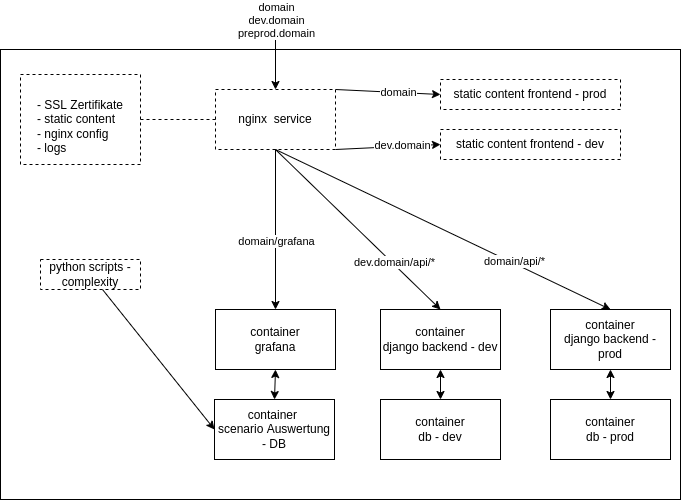
This is docs/devops/hld.drawio.png from fra-uas-project/softDsim, a draw.io export, as it was before one commit. Source tidied: cells renumbered, new cells last; positions are measured from the earlier drawing's top-left corner, leaving out a move shared by most shapes. Source of this version:
```xml
<mxGraphModel>
  <root>
    <mxCell id="0" />
    <mxCell id="1" parent="0" />
    <mxCell id="2" style="rounded=0;whiteSpace=wrap;html=1;align=left;verticalAlign=top;" parent="1" vertex="1">
      <mxGeometry y="40" width="680" height="450" as="geometry" />
    </mxCell>
    <mxCell id="3" style="edgeStyle=none;html=1;exitX=1;exitY=1;exitDx=0;exitDy=0;entryX=0;entryY=0.5;entryDx=0;entryDy=0;" parent="1" edge="1" source="7" target="10">
      <mxGeometry relative="1" as="geometry" />
    </mxCell>
    <mxCell id="4" value="dev.domain" style="edgeLabel;html=1;align=center;verticalAlign=middle;" parent="3" vertex="1">
      <mxGeometry x="0.28" y="1" relative="1" as="geometry" />
    </mxCell>
    <mxCell id="5" style="edgeStyle=none;html=1;exitX=1;exitY=0;exitDx=0;exitDy=0;entryX=0;entryY=0.5;entryDx=0;entryDy=0;" parent="1" edge="1" source="7" target="11">
      <mxGeometry relative="1" as="geometry" />
    </mxCell>
    <mxCell id="6" value="domain" style="edgeLabel;html=1;align=center;verticalAlign=middle;" parent="5" vertex="1">
      <mxGeometry x="0.19" y="1" relative="1" as="geometry">
        <mxPoint y="1" as="offset" />
      </mxGeometry>
    </mxCell>
    <mxCell id="7" value="&lt;span style=&quot;text-align: left&quot;&gt;nginx&amp;nbsp; service&lt;/span&gt;" style="rounded=0;whiteSpace=wrap;html=1;dashed=1;" parent="1" vertex="1">
      <mxGeometry x="215" y="80" width="120" height="60" as="geometry" />
    </mxCell>
    <mxCell id="8" style="endArrow=classic;html=1;entryX=0.5;entryY=0;entryDx=0;entryDy=0;" parent="1" edge="1" target="7">
      <mxGeometry relative="1" as="geometry">
        <mxPoint x="275" as="sourcePoint" />
      </mxGeometry>
    </mxCell>
    <mxCell id="9" value="domain&lt;br&gt;dev.domain&lt;br&gt;preprod.domain" style="edgeLabel;html=1;align=center;verticalAlign=middle;" parent="8" vertex="1">
      <mxGeometry x="-0.37" y="4" relative="1" as="geometry">
        <mxPoint x="-4" y="-15" as="offset" />
      </mxGeometry>
    </mxCell>
    <mxCell id="10" value="static content frontend - dev" style="rounded=0;whiteSpace=wrap;html=1;dashed=1;" parent="1" vertex="1">
      <mxGeometry x="440" y="120" width="180" height="30" as="geometry" />
    </mxCell>
    <mxCell id="11" value="static content frontend&amp;nbsp;- prod" style="rounded=0;whiteSpace=wrap;html=1;dashed=1;" parent="1" vertex="1">
      <mxGeometry x="440" y="70" width="180" height="30" as="geometry" />
    </mxCell>
    <mxCell id="12" value="container&lt;br&gt;db - dev" style="rounded=0;whiteSpace=wrap;html=1;" parent="1" vertex="1">
      <mxGeometry x="380" y="390" width="120" height="60" as="geometry" />
    </mxCell>
    <mxCell id="13" value="container&lt;br&gt;db - prod" style="rounded=0;whiteSpace=wrap;html=1;" parent="1" vertex="1">
      <mxGeometry x="550" y="390" width="120" height="60" as="geometry" />
    </mxCell>
    <mxCell id="14" style="endArrow=classic;startArrow=classic;html=1;exitX=0.5;exitY=0;exitDx=0;exitDy=0;entryX=0.5;entryY=1;entryDx=0;entryDy=0;" parent="1" edge="1" source="12" target="15">
      <mxGeometry relative="1" as="geometry" />
    </mxCell>
    <mxCell id="15" value="container&lt;br&gt;django backend - dev" style="rounded=0;whiteSpace=wrap;html=1;" parent="1" vertex="1">
      <mxGeometry x="380" y="300" width="120" height="60" as="geometry" />
    </mxCell>
    <mxCell id="16" value="container&lt;br&gt;django backend - prod" style="rounded=0;whiteSpace=wrap;html=1;" parent="1" vertex="1">
      <mxGeometry x="550" y="300" width="120" height="60" as="geometry" />
    </mxCell>
    <mxCell id="17" style="endArrow=classic;startArrow=classic;html=1;entryX=0.5;entryY=1;entryDx=0;entryDy=0;" parent="1" edge="1" source="13" target="16">
      <mxGeometry relative="1" as="geometry" />
    </mxCell>
    <mxCell id="18" style="edgeStyle=none;html=1;endArrow=none;endFill=0;dashed=1;" parent="1" edge="1" source="19" target="7">
      <mxGeometry relative="1" as="geometry" />
    </mxCell>
    <mxCell id="19" value="&lt;br&gt;- SSL Zertifikate&lt;br&gt;&lt;div style=&quot;text-align: left&quot;&gt;&lt;span&gt;- static content&lt;/span&gt;&lt;/div&gt;&lt;div style=&quot;text-align: left&quot;&gt;&lt;span&gt;- nginx config&lt;/span&gt;&lt;/div&gt;&lt;div style=&quot;text-align: left&quot;&gt;&lt;span&gt;- logs&lt;/span&gt;&lt;/div&gt;" style="rounded=0;whiteSpace=wrap;html=1;dashed=1;strokeColor=default;" parent="1" vertex="1">
      <mxGeometry x="20" y="65" width="120" height="90" as="geometry" />
    </mxCell>
    <mxCell id="20" style="endArrow=classic;html=1;exitX=0.5;exitY=1;exitDx=0;exitDy=0;entryX=0.5;entryY=0;entryDx=0;entryDy=0;" parent="1" edge="1" source="7" target="15">
      <mxGeometry relative="1" as="geometry" />
    </mxCell>
    <mxCell id="21" value="dev.domain/api/*" style="edgeLabel;html=1;align=center;verticalAlign=middle;" parent="20" vertex="1">
      <mxGeometry x="0.41" y="2" relative="1" as="geometry" />
    </mxCell>
    <mxCell id="22" value="container &lt;br&gt;scenario Auswertung - DB" style="rounded=0;whiteSpace=wrap;html=1;" parent="1" vertex="1">
      <mxGeometry x="214" y="390" width="120" height="60" as="geometry" />
    </mxCell>
    <mxCell id="23" style="edgeStyle=none;html=1;entryX=0;entryY=0.5;entryDx=0;entryDy=0;" parent="1" edge="1" source="24" target="22">
      <mxGeometry relative="1" as="geometry" />
    </mxCell>
    <mxCell id="24" value="python scripts - complexity" style="text;html=1;strokeColor=default;fillColor=none;align=center;verticalAlign=middle;whiteSpace=wrap;rounded=0;dashed=1;" parent="1" vertex="1">
      <mxGeometry x="40" y="250" width="100" height="30" as="geometry" />
    </mxCell>
    <mxCell id="25" style="endArrow=classic;html=1;exitX=0.5;exitY=1;exitDx=0;exitDy=0;entryX=0.5;entryY=0;entryDx=0;entryDy=0;" parent="1" edge="1" source="7" target="16">
      <mxGeometry relative="1" as="geometry" />
    </mxCell>
    <mxCell id="26" value="domain/api/*" style="edgeLabel;html=1;align=center;verticalAlign=middle;" parent="25" vertex="1">
      <mxGeometry x="0.41" y="2" relative="1" as="geometry" />
    </mxCell>
    <mxCell id="27" value="container&lt;br&gt;grafana" style="rounded=0;whiteSpace=wrap;html=1;" parent="1" vertex="1">
      <mxGeometry x="215" y="300" width="120" height="60" as="geometry" />
    </mxCell>
    <mxCell id="28" style="edgeStyle=none;html=1;entryX=0.5;entryY=0;entryDx=0;entryDy=0;exitX=0.5;exitY=1;exitDx=0;exitDy=0;" parent="1" edge="1" source="7" target="27">
      <mxGeometry relative="1" as="geometry" />
    </mxCell>
    <mxCell id="29" value="domain/grafana" style="edgeLabel;html=1;align=center;verticalAlign=middle;" parent="28" vertex="1">
      <mxGeometry x="0.14" relative="1" as="geometry" />
    </mxCell>
    <mxCell id="30" style="endArrow=classic;startArrow=classic;html=1;exitX=0.5;exitY=0;exitDx=0;exitDy=0;entryX=0.5;entryY=1;entryDx=0;entryDy=0;" parent="1" edge="1" source="22" target="27">
      <mxGeometry relative="1" as="geometry" />
    </mxCell>
  </root>
</mxGraphModel>
```
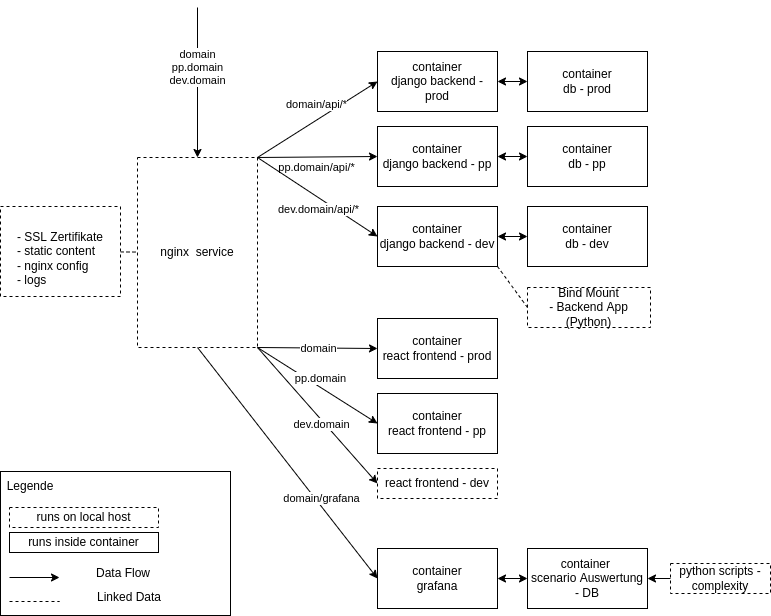
After the change.

Change to the diagram source:
```diff
@@ -2,98 +2,167 @@
   <root>
     <mxCell id="0" />
     <mxCell id="1" parent="0" />
-    <mxCell id="2" style="rounded=0;whiteSpace=wrap;html=1;align=left;verticalAlign=top;" parent="1" vertex="1">
-      <mxGeometry y="40" width="680" height="450" as="geometry" />
-    </mxCell>
     <mxCell id="3" style="edgeStyle=none;html=1;exitX=1;exitY=1;exitDx=0;exitDy=0;entryX=0;entryY=0.5;entryDx=0;entryDy=0;" parent="1" edge="1" source="7" target="10">
       <mxGeometry relative="1" as="geometry" />
     </mxCell>
     <mxCell id="4" value="dev.domain" style="edgeLabel;html=1;align=center;verticalAlign=middle;" parent="3" vertex="1">
-      <mxGeometry x="0.28" y="1" relative="1" as="geometry" />
+      <mxGeometry x="0.28" y="1" relative="1" as="geometry">
+        <mxPoint x="-14" y="-10" as="offset" />
+      </mxGeometry>
     </mxCell>
-    <mxCell id="5" style="edgeStyle=none;html=1;exitX=1;exitY=0;exitDx=0;exitDy=0;entryX=0;entryY=0.5;entryDx=0;entryDy=0;" parent="1" edge="1" source="7" target="11">
-      <mxGeometry relative="1" as="geometry" />
-    </mxCell>
-    <mxCell id="6" value="domain" style="edgeLabel;html=1;align=center;verticalAlign=middle;" parent="5" vertex="1">
-      <mxGeometry x="0.19" y="1" relative="1" as="geometry">
-        <mxPoint y="1" as="offset" />
-      </mxGeometry>
-    </mxCell>
     <mxCell id="7" value="&lt;span style=&quot;text-align: left&quot;&gt;nginx&amp;nbsp; service&lt;/span&gt;" style="rounded=0;whiteSpace=wrap;html=1;dashed=1;" parent="1" vertex="1">
-      <mxGeometry x="215" y="80" width="120" height="60" as="geometry" />
+      <mxGeometry x="97" y="190" width="120" height="190" as="geometry" />
     </mxCell>
     <mxCell id="8" style="endArrow=classic;html=1;entryX=0.5;entryY=0;entryDx=0;entryDy=0;" parent="1" edge="1" target="7">
       <mxGeometry relative="1" as="geometry">
-        <mxPoint x="275" as="sourcePoint" />
+        <mxPoint x="157" y="40" as="sourcePoint" />
       </mxGeometry>
     </mxCell>
-    <mxCell id="9" value="domain&lt;br&gt;dev.domain&lt;br&gt;preprod.domain" style="edgeLabel;html=1;align=center;verticalAlign=middle;" parent="8" vertex="1">
+    <mxCell id="9" value="domain&lt;br&gt;pp.domain&lt;br&gt;dev.domain" style="edgeLabel;html=1;align=center;verticalAlign=middle;" parent="8" vertex="1">
       <mxGeometry x="-0.37" y="4" relative="1" as="geometry">
-        <mxPoint x="-4" y="-15" as="offset" />
+        <mxPoint x="-5" y="12" as="offset" />
       </mxGeometry>
     </mxCell>
-    <mxCell id="10" value="static content frontend - dev" style="rounded=0;whiteSpace=wrap;html=1;dashed=1;" parent="1" vertex="1">
-      <mxGeometry x="440" y="120" width="180" height="30" as="geometry" />
+    <mxCell id="10" value="react frontend - dev" style="rounded=0;whiteSpace=wrap;html=1;dashed=1;" parent="1" vertex="1">
+      <mxGeometry x="337" y="501" width="120" height="30" as="geometry" />
     </mxCell>
-    <mxCell id="11" value="static content frontend&amp;nbsp;- prod" style="rounded=0;whiteSpace=wrap;html=1;dashed=1;" parent="1" vertex="1">
-      <mxGeometry x="440" y="70" width="180" height="30" as="geometry" />
-    </mxCell>
-    <mxCell id="12" value="container&lt;br&gt;db - dev" style="rounded=0;whiteSpace=wrap;html=1;" parent="1" vertex="1">
-      <mxGeometry x="380" y="390" width="120" height="60" as="geometry" />
+    <mxCell id="12" value="container&lt;br&gt;db - pp" style="rounded=0;whiteSpace=wrap;html=1;" parent="1" vertex="1">
+      <mxGeometry x="487" y="159" width="120" height="60" as="geometry" />
     </mxCell>
     <mxCell id="13" value="container&lt;br&gt;db - prod" style="rounded=0;whiteSpace=wrap;html=1;" parent="1" vertex="1">
-      <mxGeometry x="550" y="390" width="120" height="60" as="geometry" />
+      <mxGeometry x="487" y="84" width="120" height="60" as="geometry" />
     </mxCell>
-    <mxCell id="14" style="endArrow=classic;startArrow=classic;html=1;exitX=0.5;exitY=0;exitDx=0;exitDy=0;entryX=0.5;entryY=1;entryDx=0;entryDy=0;" parent="1" edge="1" source="12" target="15">
+    <mxCell id="14" style="endArrow=classic;startArrow=classic;html=1;exitX=0;exitY=0.5;exitDx=0;exitDy=0;entryX=1;entryY=0.5;entryDx=0;entryDy=0;" parent="1" edge="1" source="12" target="15">
       <mxGeometry relative="1" as="geometry" />
     </mxCell>
-    <mxCell id="15" value="container&lt;br&gt;django backend - dev" style="rounded=0;whiteSpace=wrap;html=1;" parent="1" vertex="1">
-      <mxGeometry x="380" y="300" width="120" height="60" as="geometry" />
+    <mxCell id="15" value="container&lt;br&gt;django backend - pp" style="rounded=0;whiteSpace=wrap;html=1;" parent="1" vertex="1">
+      <mxGeometry x="337" y="159" width="120" height="60" as="geometry" />
     </mxCell>
     <mxCell id="16" value="container&lt;br&gt;django backend - prod" style="rounded=0;whiteSpace=wrap;html=1;" parent="1" vertex="1">
-      <mxGeometry x="550" y="300" width="120" height="60" as="geometry" />
+      <mxGeometry x="337" y="84" width="120" height="60" as="geometry" />
     </mxCell>
-    <mxCell id="17" style="endArrow=classic;startArrow=classic;html=1;entryX=0.5;entryY=1;entryDx=0;entryDy=0;" parent="1" edge="1" source="13" target="16">
+    <mxCell id="17" style="endArrow=classic;startArrow=classic;html=1;entryX=1;entryY=0.5;entryDx=0;entryDy=0;" parent="1" edge="1" source="13" target="16">
       <mxGeometry relative="1" as="geometry" />
     </mxCell>
     <mxCell id="18" style="edgeStyle=none;html=1;endArrow=none;endFill=0;dashed=1;" parent="1" edge="1" source="19" target="7">
       <mxGeometry relative="1" as="geometry" />
     </mxCell>
     <mxCell id="19" value="&lt;br&gt;- SSL Zertifikate&lt;br&gt;&lt;div style=&quot;text-align: left&quot;&gt;&lt;span&gt;- static content&lt;/span&gt;&lt;/div&gt;&lt;div style=&quot;text-align: left&quot;&gt;&lt;span&gt;- nginx config&lt;/span&gt;&lt;/div&gt;&lt;div style=&quot;text-align: left&quot;&gt;&lt;span&gt;- logs&lt;/span&gt;&lt;/div&gt;" style="rounded=0;whiteSpace=wrap;html=1;dashed=1;strokeColor=default;" parent="1" vertex="1">
-      <mxGeometry x="20" y="65" width="120" height="90" as="geometry" />
+      <mxGeometry x="-40" y="239" width="120" height="90" as="geometry" />
     </mxCell>
-    <mxCell id="20" style="endArrow=classic;html=1;exitX=0.5;exitY=1;exitDx=0;exitDy=0;entryX=0.5;entryY=0;entryDx=0;entryDy=0;" parent="1" edge="1" source="7" target="15">
+    <mxCell id="20" style="endArrow=classic;html=1;exitX=1;exitY=0;exitDx=0;exitDy=0;entryX=0;entryY=0.5;entryDx=0;entryDy=0;" parent="1" edge="1" source="7" target="15">
       <mxGeometry relative="1" as="geometry" />
     </mxCell>
-    <mxCell id="21" value="dev.domain/api/*" style="edgeLabel;html=1;align=center;verticalAlign=middle;" parent="20" vertex="1">
-      <mxGeometry x="0.41" y="2" relative="1" as="geometry" />
+    <mxCell id="21" value="pp.domain/api/*" style="edgeLabel;html=1;align=center;verticalAlign=middle;" parent="20" vertex="1">
+      <mxGeometry x="0.41" y="2" relative="1" as="geometry">
+        <mxPoint x="-26" y="12" as="offset" />
+      </mxGeometry>
     </mxCell>
     <mxCell id="22" value="container &lt;br&gt;scenario Auswertung - DB" style="rounded=0;whiteSpace=wrap;html=1;" parent="1" vertex="1">
-      <mxGeometry x="214" y="390" width="120" height="60" as="geometry" />
+      <mxGeometry x="487" y="581" width="120" height="60" as="geometry" />
     </mxCell>
-    <mxCell id="23" style="edgeStyle=none;html=1;entryX=0;entryY=0.5;entryDx=0;entryDy=0;" parent="1" edge="1" source="24" target="22">
+    <mxCell id="23" style="edgeStyle=none;html=1;entryX=1;entryY=0.5;entryDx=0;entryDy=0;" parent="1" edge="1" source="24" target="22">
       <mxGeometry relative="1" as="geometry" />
     </mxCell>
     <mxCell id="24" value="python scripts - complexity" style="text;html=1;strokeColor=default;fillColor=none;align=center;verticalAlign=middle;whiteSpace=wrap;rounded=0;dashed=1;" parent="1" vertex="1">
-      <mxGeometry x="40" y="250" width="100" height="30" as="geometry" />
+      <mxGeometry x="630" y="596" width="100" height="30" as="geometry" />
     </mxCell>
-    <mxCell id="25" style="endArrow=classic;html=1;exitX=0.5;exitY=1;exitDx=0;exitDy=0;entryX=0.5;entryY=0;entryDx=0;entryDy=0;" parent="1" edge="1" source="7" target="16">
+    <mxCell id="25" style="endArrow=classic;html=1;exitX=1;exitY=0;exitDx=0;exitDy=0;entryX=0;entryY=0.5;entryDx=0;entryDy=0;" parent="1" edge="1" source="7" target="16">
       <mxGeometry relative="1" as="geometry" />
     </mxCell>
     <mxCell id="26" value="domain/api/*" style="edgeLabel;html=1;align=center;verticalAlign=middle;" parent="25" vertex="1">
-      <mxGeometry x="0.41" y="2" relative="1" as="geometry" />
+      <mxGeometry x="0.41" y="2" relative="1" as="geometry">
+        <mxPoint x="-25" y="2" as="offset" />
+      </mxGeometry>
     </mxCell>
     <mxCell id="27" value="container&lt;br&gt;grafana" style="rounded=0;whiteSpace=wrap;html=1;" parent="1" vertex="1">
-      <mxGeometry x="215" y="300" width="120" height="60" as="geometry" />
+      <mxGeometry x="337" y="581" width="120" height="60" as="geometry" />
     </mxCell>
-    <mxCell id="28" style="edgeStyle=none;html=1;entryX=0.5;entryY=0;entryDx=0;entryDy=0;exitX=0.5;exitY=1;exitDx=0;exitDy=0;" parent="1" edge="1" source="7" target="27">
+    <mxCell id="28" style="edgeStyle=none;html=1;entryX=0;entryY=0.5;entryDx=0;entryDy=0;exitX=0.5;exitY=1;exitDx=0;exitDy=0;" parent="1" edge="1" source="7" target="27">
       <mxGeometry relative="1" as="geometry" />
     </mxCell>
     <mxCell id="29" value="domain/grafana" style="edgeLabel;html=1;align=center;verticalAlign=middle;" parent="28" vertex="1">
-      <mxGeometry x="0.14" relative="1" as="geometry" />
+      <mxGeometry x="0.14" relative="1" as="geometry">
+        <mxPoint x="21" y="19" as="offset" />
+      </mxGeometry>
     </mxCell>
-    <mxCell id="30" style="endArrow=classic;startArrow=classic;html=1;exitX=0.5;exitY=0;exitDx=0;exitDy=0;entryX=0.5;entryY=1;entryDx=0;entryDy=0;" parent="1" edge="1" source="22" target="27">
+    <mxCell id="30" style="endArrow=classic;startArrow=classic;html=1;exitX=0;exitY=0.5;exitDx=0;exitDy=0;entryX=1;entryY=0.5;entryDx=0;entryDy=0;" parent="1" edge="1" source="22" target="27">
       <mxGeometry relative="1" as="geometry" />
     </mxCell>
+    <mxCell id="31" value="container&lt;br&gt;db - dev" style="rounded=0;whiteSpace=wrap;html=1;" parent="1" vertex="1">
+      <mxGeometry x="487" y="239" width="120" height="60" as="geometry" />
+    </mxCell>
+    <mxCell id="32" style="endArrow=classic;startArrow=classic;html=1;exitX=0;exitY=0.5;exitDx=0;exitDy=0;entryX=1;entryY=0.5;entryDx=0;entryDy=0;" parent="1" edge="1" source="31" target="33">
+      <mxGeometry relative="1" as="geometry" />
+    </mxCell>
+    <mxCell id="33" value="container&lt;br&gt;django backend - dev" style="rounded=0;whiteSpace=wrap;html=1;" parent="1" vertex="1">
+      <mxGeometry x="337" y="239" width="120" height="60" as="geometry" />
+    </mxCell>
+    <mxCell id="34" style="endArrow=classic;html=1;exitX=1;exitY=0;exitDx=0;exitDy=0;entryX=0;entryY=0.5;entryDx=0;entryDy=0;" parent="1" edge="1" source="7" target="33">
+      <mxGeometry relative="1" as="geometry" />
+    </mxCell>
+    <mxCell id="35" value="dev.domain/api/*" style="edgeLabel;html=1;align=center;verticalAlign=middle;" parent="34" vertex="1">
+      <mxGeometry x="0.41" y="2" relative="1" as="geometry">
+        <mxPoint x="-26" y="-3" as="offset" />
+      </mxGeometry>
+    </mxCell>
+    <mxCell id="36" value="container&lt;br&gt;react frontend - pp" style="rounded=0;whiteSpace=wrap;html=1;" parent="1" vertex="1">
+      <mxGeometry x="337" y="426" width="120" height="60" as="geometry" />
+    </mxCell>
+    <mxCell id="37" value="container&lt;br&gt;react frontend - prod" style="rounded=0;whiteSpace=wrap;html=1;" parent="1" vertex="1">
+      <mxGeometry x="337" y="351" width="120" height="60" as="geometry" />
+    </mxCell>
+    <mxCell id="38" style="endArrow=classic;html=1;exitX=1;exitY=1;exitDx=0;exitDy=0;entryX=0;entryY=0.5;entryDx=0;entryDy=0;" parent="1" edge="1" source="7" target="37">
+      <mxGeometry relative="1" as="geometry" />
+    </mxCell>
+    <mxCell id="6" value="domain" style="edgeLabel;html=1;align=center;verticalAlign=middle;" parent="38" vertex="1">
+      <mxGeometry x="0.41" y="2" relative="1" as="geometry">
+        <mxPoint x="-25" y="2" as="offset" />
+      </mxGeometry>
+    </mxCell>
+    <mxCell id="39" style="endArrow=classic;html=1;exitX=1;exitY=1;exitDx=0;exitDy=0;entryX=0;entryY=0.5;entryDx=0;entryDy=0;" parent="1" edge="1" source="7" target="36">
+      <mxGeometry relative="1" as="geometry" />
+    </mxCell>
+    <mxCell id="40" value="pp.domain" style="edgeLabel;html=1;align=center;verticalAlign=middle;" parent="39" vertex="1">
+      <mxGeometry x="0.41" y="2" relative="1" as="geometry">
+        <mxPoint x="-23" y="-21" as="offset" />
+      </mxGeometry>
+    </mxCell>
+    <mxCell id="41" value="Bind Mount&lt;br&gt;- Backend App (Python)" style="rounded=0;whiteSpace=wrap;html=1;dashed=1;strokeColor=default;" parent="1" vertex="1">
+      <mxGeometry x="487" y="320" width="123" height="40" as="geometry" />
+    </mxCell>
+    <mxCell id="42" style="edgeStyle=none;html=1;endArrow=none;endFill=0;dashed=1;entryX=1;entryY=1;entryDx=0;entryDy=0;exitX=0;exitY=0.5;exitDx=0;exitDy=0;" parent="1" edge="1" source="41" target="33">
+      <mxGeometry relative="1" as="geometry" />
+    </mxCell>
+    <mxCell id="43" style="rounded=0;whiteSpace=wrap;html=1;align=left;" parent="1" vertex="1">
+      <mxGeometry x="-40" y="504" width="230" height="144" as="geometry" />
+    </mxCell>
+    <mxCell id="44" value="runs on local host" style="rounded=0;whiteSpace=wrap;html=1;dashed=1;" parent="1" vertex="1">
+      <mxGeometry x="-31" y="540" width="149" height="20" as="geometry" />
+    </mxCell>
+    <mxCell id="45" value="Legende" style="text;html=1;strokeColor=none;fillColor=none;align=center;verticalAlign=middle;whiteSpace=wrap;rounded=0;" parent="1" vertex="1">
+      <mxGeometry x="-40" y="504" width="60" height="30" as="geometry" />
+    </mxCell>
+    <mxCell id="46" value="runs inside container" style="rounded=0;whiteSpace=wrap;html=1;" parent="1" vertex="1">
+      <mxGeometry x="-31" y="565" width="149" height="20" as="geometry" />
+    </mxCell>
+    <mxCell id="47" style="endArrow=classic;html=1;" parent="1" edge="1">
+      <mxGeometry relative="1" as="geometry">
+        <mxPoint x="-31" y="610" as="sourcePoint" />
+        <mxPoint x="19" y="610" as="targetPoint" />
+      </mxGeometry>
+    </mxCell>
+    <mxCell id="48" value="Data Flow" style="text;html=1;strokeColor=none;fillColor=none;align=center;verticalAlign=middle;whiteSpace=wrap;rounded=0;" parent="1" vertex="1">
+      <mxGeometry x="53" y="591" width="60" height="30" as="geometry" />
+    </mxCell>
+    <mxCell id="49" style="endArrow=none;dashed=1;html=1;" parent="1" edge="1">
+      <mxGeometry relative="1" as="geometry">
+        <mxPoint x="-31" y="634" as="sourcePoint" />
+        <mxPoint x="19" y="634" as="targetPoint" />
+      </mxGeometry>
+    </mxCell>
+    <mxCell id="50" value="Linked Data" style="text;html=1;strokeColor=none;fillColor=none;align=center;verticalAlign=middle;whiteSpace=wrap;rounded=0;" parent="1" vertex="1">
+      <mxGeometry x="51" y="615" width="76" height="30" as="geometry" />
+    </mxCell>
   </root>
 </mxGraphModel>
```
